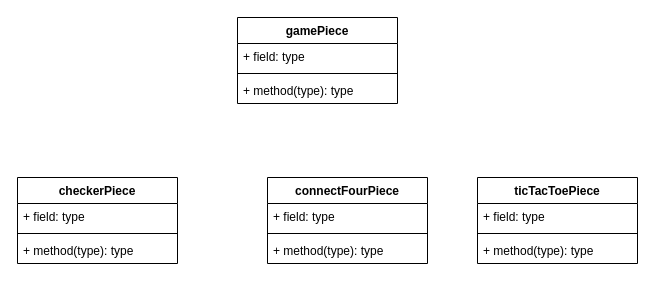
m-yoon02/Condensation keeps this draw.io diagram as Iteration_1/Backend/StructureDiagrams/Game_piece_structure_diagram.drawio. Above is the earlier version. Source tidied: cells renumbered, new cells numbered last; positions are measured from the earlier drawing's top-left corner, leaving out a move shared by most shapes. Both pictures are drawn from the tidied source at 100%, with x=0, y=0 at pixel (17, 17).
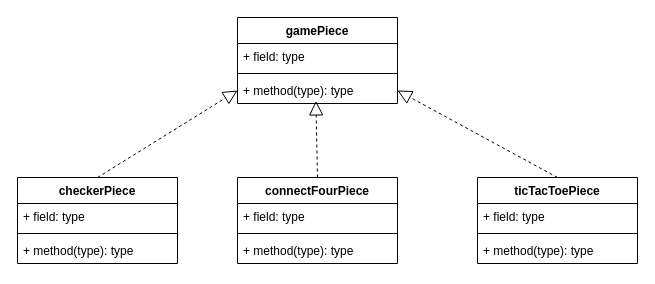
The same page after the edit.

Commit message:
a little progress: added inheritance arrows

Unchanged cells that the change refers to:
```xml
<mxCell id="5" value="+ method(type): type" style="text;strokeColor=none;fillColor=none;align=left;verticalAlign=top;spacingLeft=4;spacingRight=4;overflow=hidden;points=[[0,0.5],[1,0.5]];portConstraint=eastwest;whiteSpace=wrap;html=1;" parent="2" vertex="1">
  <mxGeometry y="60" width="160" height="26" as="geometry" />
</mxCell>
<mxCell id="6" value="checkerPiece" style="swimlane;fontStyle=1;align=center;verticalAlign=top;horizontal=1;startSize=26;whiteSpace=wrap;html=1;" parent="1" vertex="1">
  <mxGeometry y="160" width="160" height="86" as="geometry" />
</mxCell>
<mxCell id="14" value="ticTacToePiece" style="swimlane;fontStyle=1;align=center;verticalAlign=top;horizontal=1;startSize=26;whiteSpace=wrap;html=1;" parent="1" vertex="1">
  <mxGeometry x="460" y="160" width="160" height="86" as="geometry" />
</mxCell>
```

Change to the diagram source:
```diff
@@
     <mxCell id="10" value="connectFourPiece" style="swimlane;fontStyle=1;align=center;verticalAlign=top;horizontal=1;startSize=26;whiteSpace=wrap;html=1;" parent="1" vertex="1">
-      <mxGeometry x="250" y="160" width="160" height="86" as="geometry" />
+      <mxGeometry x="220" y="160" width="160" height="86" as="geometry" />
     </mxCell>
@@
+    <mxCell id="18" style="endArrow=block;dashed=1;endFill=0;endSize=12;html=1;rounded=0;exitX=0.5;exitY=0;exitDx=0;exitDy=0;entryX=0.49;entryY=0.9;entryDx=0;entryDy=0;entryPerimeter=0;" parent="1" edge="1" source="10" target="5">
+      <mxGeometry relative="1" as="geometry" />
+    </mxCell>
+    <mxCell id="19" style="endArrow=block;dashed=1;endFill=0;endSize=12;html=1;rounded=0;exitX=0.5;exitY=0;exitDx=0;exitDy=0;entryX=0;entryY=0.5;entryDx=0;entryDy=0;" parent="1" edge="1" source="6" target="5">
+      <mxGeometry relative="1" as="geometry" />
+    </mxCell>
+    <mxCell id="20" style="endArrow=block;dashed=1;endFill=0;endSize=12;html=1;rounded=0;exitX=0.5;exitY=0;exitDx=0;exitDy=0;entryX=1;entryY=0.5;entryDx=0;entryDy=0;" parent="1" edge="1" source="14" target="5">
+      <mxGeometry relative="1" as="geometry" />
+    </mxCell>
```
